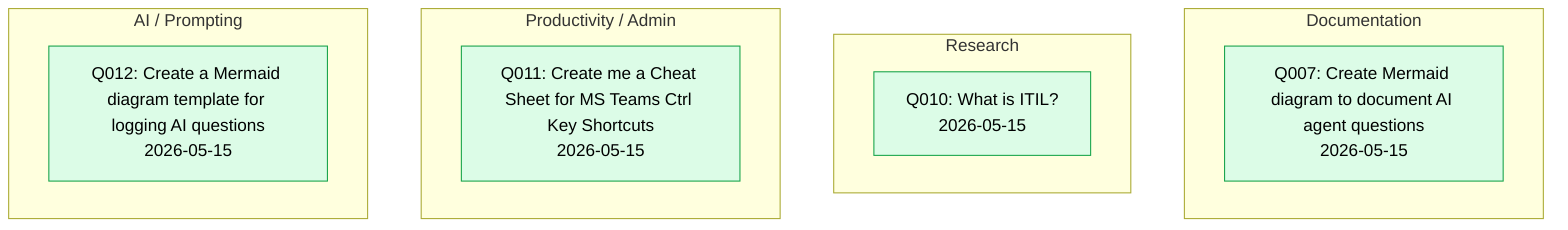
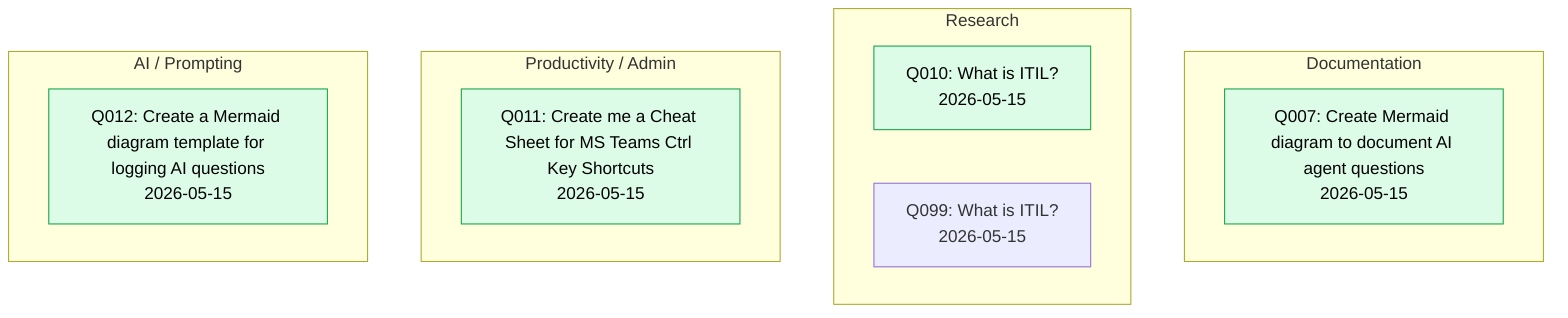
flowchart TB

    %% ============================================================
    %% AI Questions Log
    %% Structure:
    %% Topic groups contain question cards.
    %% Date is included inside each question label if needed.
    %% ============================================================

    %% ============================================================
    %% Documentation
    %% ============================================================

    subgraph Docs["Documentation"]
        DOC_Q007["Q007: Create Mermaid diagram to document AI agent questions<br/>2026-05-15"]
    end

    %% ============================================================
    %% Research
    %% ============================================================

    subgraph Research["Research"]
        RES_Q010["Q010: What is ITIL?<br/>2026-05-15"]
+         RES_Q099["Q099: What is ITIL?<br/>2026-05-15"]
    end

    %% ============================================================
    %% Productivity / Admin
    %% ============================================================

    subgraph Admin["Productivity / Admin"]
        ADM_Q011["Q011: Create me a Cheat Sheet for MS Teams Ctrl Key Shortcuts<br/>2026-05-15"]
    end

    %% ============================================================
    %% AI / Prompting
    %% ============================================================

    subgraph Prompting["AI / Prompting"]
        AI_Q012["Q012: Create a Mermaid diagram template for logging AI questions<br/>2026-05-15"]
    end

    %% ============================================================
    %% Styling
    %% ============================================================

    classDef question fill:#dcfce7,stroke:#16a34a,stroke-width:1px,color:#000;

    class DOC_Q007,RES_Q010,ADM_Q011,AI_Q012 question;
